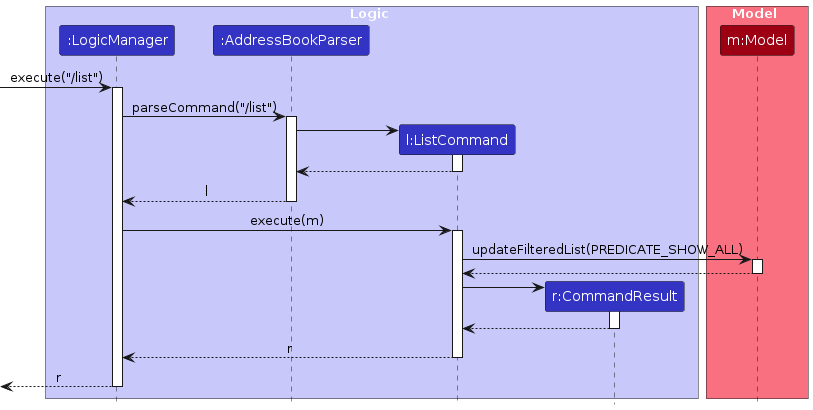
woke02/tp keeps this PlantUML diagram as diagrams/ListSequenceDiagram.png. Above is the earlier version. Its source is kept beside it as diagrams/ListSequenceDiagram.puml.
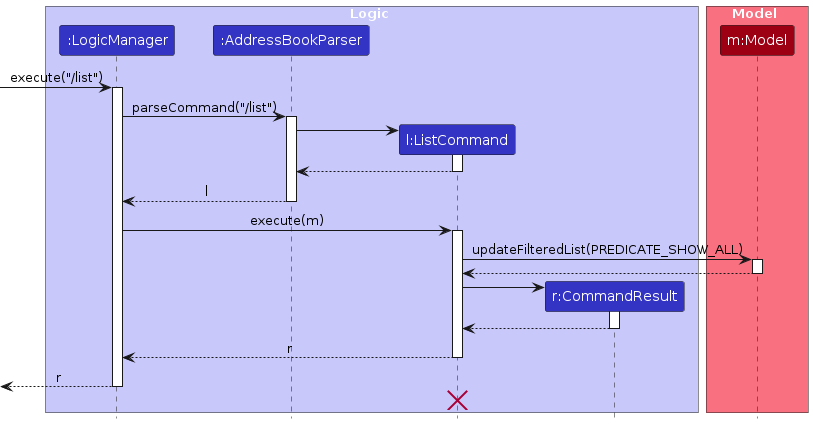
After the change.

Diff of the diagram source:
```diff
@@ -50,4 +50,6 @@
 
 [<--LogicManager : r
 deactivate LogicManager
+ListCommand -[hidden]-> LogicManager
+destroy ListCommand
 @enduml
```
